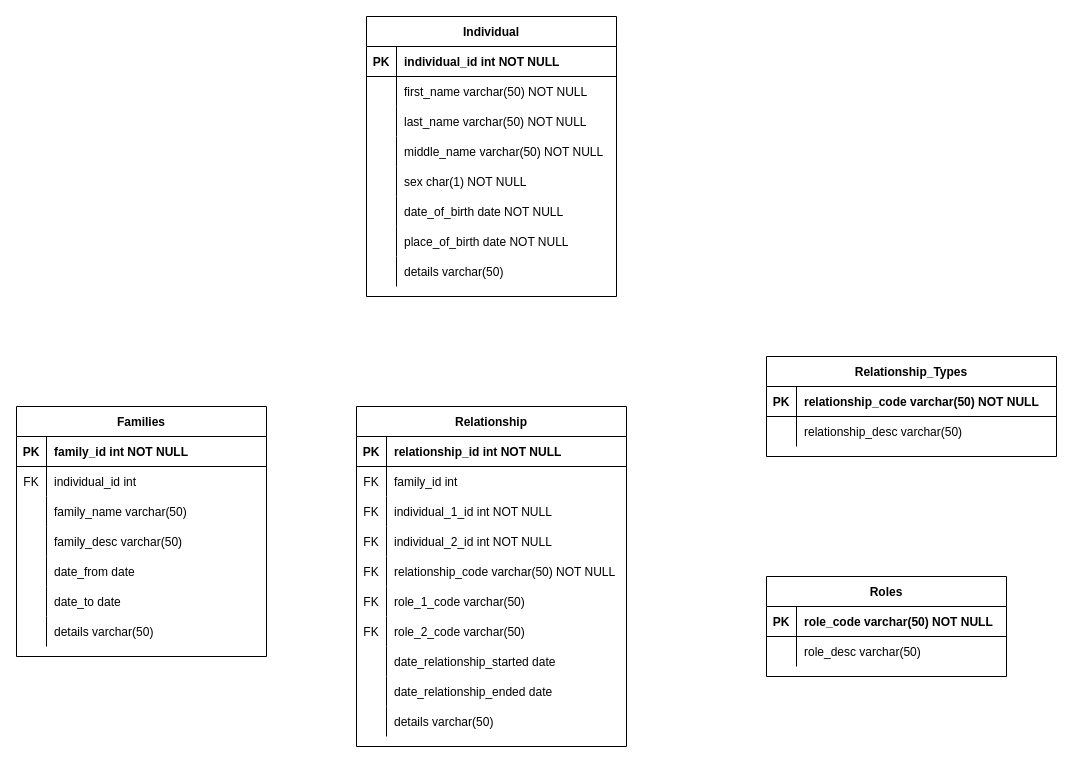
This is Untitled Diagram.drawio from EL0629/InternshipTest, a draw.io file, before an edit. Source tidied: cells renumbered, new cells numbered last; positions are measured from the earlier drawing's top-left corner, leaving out a move shared by most shapes. Both pictures are drawn from the tidied source at 100%, with x=0, y=0 at pixel (16, 16).
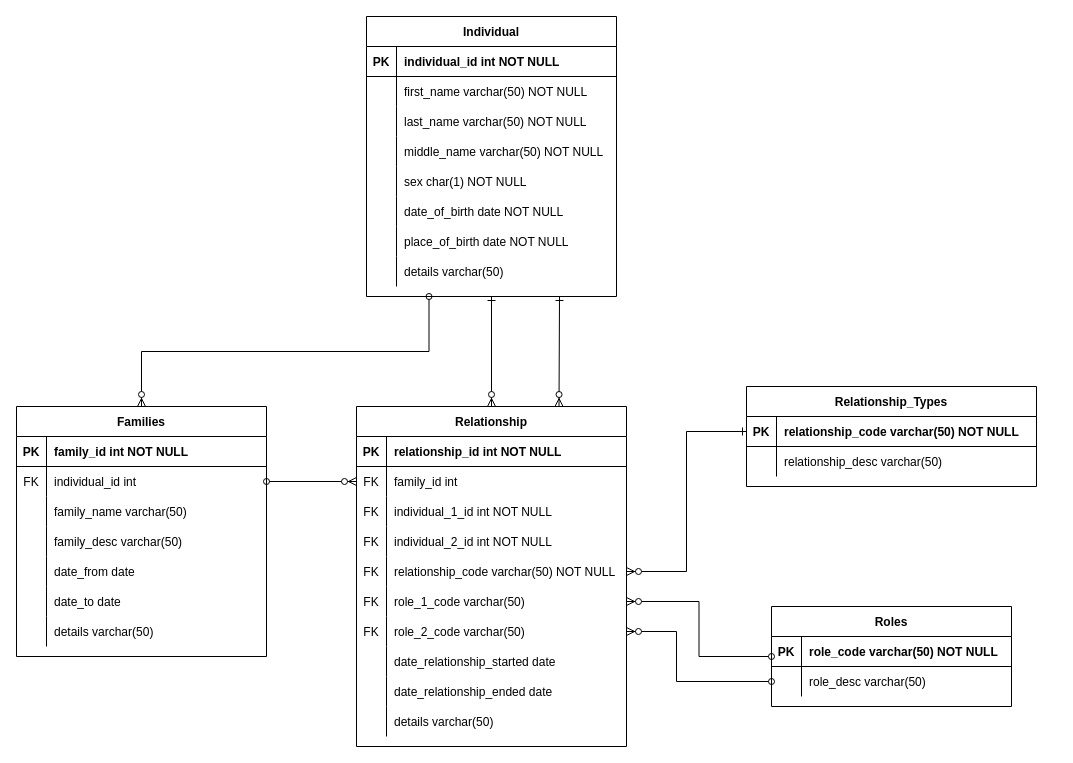
Above is the later version.

Unchanged cells that the change refers to:
```xml
<mxCell id="2" value="Relationship" style="shape=table;startSize=30;childLayout=tableLayout;rowLines=0;fontStyle=1;align=center;" parent="1" vertex="1">
  <mxGeometry x="340" y="390" width="270" height="340" as="geometry" />
</mxCell>
<mxCell id="6" style="shape=partialRectangle;fillColor=none;points=[[0,0.5],[1,0.5]];portConstraint=eastwest;top=0;left=0;right=0;bottom=0;" parent="2" vertex="1">
  <mxGeometry y="60" width="270" height="30" as="geometry" />
</mxCell>
<mxCell id="15" style="shape=partialRectangle;fillColor=none;points=[[0,0.5],[1,0.5]];portConstraint=eastwest;top=0;left=0;right=0;bottom=0;" parent="2" vertex="1">
  <mxGeometry y="150" width="270" height="30" as="geometry" />
</mxCell>
<mxCell id="18" style="shape=partialRectangle;fillColor=none;points=[[0,0.5],[1,0.5]];portConstraint=eastwest;top=0;left=0;right=0;bottom=0;" parent="2" vertex="1">
  <mxGeometry y="180" width="270" height="30" as="geometry" />
</mxCell>
<mxCell id="21" style="shape=partialRectangle;fillColor=none;points=[[0,0.5],[1,0.5]];portConstraint=eastwest;top=0;left=0;right=0;bottom=0;" parent="2" vertex="1">
  <mxGeometry y="210" width="270" height="30" as="geometry" />
</mxCell>
<mxCell id="33" value="Families" style="shape=table;startSize=30;childLayout=tableLayout;rowLines=0;fontStyle=1;align=center;" parent="1" vertex="1">
  <mxGeometry y="390" width="250" height="250" as="geometry" />
</mxCell>
<mxCell id="37" style="shape=partialRectangle;fillColor=none;points=[[0,0.5],[1,0.5]];portConstraint=eastwest;top=0;left=0;right=0;bottom=0;" parent="33" vertex="1">
  <mxGeometry y="60" width="250" height="30" as="geometry" />
</mxCell>
<mxCell id="55" value="Individual" style="shape=table;startSize=30;childLayout=tableLayout;rowLines=0;fontStyle=1;align=center;" parent="1" vertex="1">
  <mxGeometry x="350" width="250" height="280" as="geometry" />
</mxCell>
<mxCell id="81" style="shape=partialRectangle;fillColor=none;points=[[0,0.5],[1,0.5]];portConstraint=eastwest;top=0;left=0;right=0;bottom=1;" parent="80" vertex="1">
  <mxGeometry y="30" width="290" height="30" as="geometry" />
</mxCell>
<mxCell id="91" style="shape=partialRectangle;fillColor=none;points=[[0,0.5],[1,0.5]];portConstraint=eastwest;top=0;left=0;right=0;bottom=0;" parent="87" vertex="1">
  <mxGeometry y="60" width="240" height="30" as="geometry" />
</mxCell>
```

The edit, as a diff of the source:
```diff
@@
+    <mxCell id="94" style="edgeStyle=orthogonalEdgeStyle;rounded=0;jumpSize=6;jettySize=auto;html=1;exitX=0.5;exitY=0;exitDx=0;exitDy=0;entryX=0.25;entryY=1;entryDx=0;entryDy=0;fontSize=29;startArrow=ERzeroToMany;startFill=1;endArrow=oval;endFill=0;strokeWidth=1;verticalAlign=middle;targetPerimeterSpacing=0;jumpStyle=none;" parent="1" edge="1" source="33" target="55">
+      <mxGeometry relative="1" as="geometry" />
+    </mxCell>
@@
+    <mxCell id="95" style="edgeStyle=orthogonalEdgeStyle;rounded=0;jettySize=auto;html=1;exitX=0.5;exitY=1;exitDx=0;exitDy=0;entryX=0.5;entryY=0;entryDx=0;entryDy=0;startArrow=ERone;startFill=0;endArrow=ERzeroToMany;endFill=1;strokeWidth=1;jumpSize=6;" parent="1" edge="1" source="55" target="2">
+      <mxGeometry relative="1" as="geometry" />
+    </mxCell>
+    <mxCell id="96" style="rounded=0;jumpSize=6;jettySize=auto;html=1;startArrow=ERone;startFill=0;endArrow=ERzeroToMany;endFill=1;strokeWidth=1;verticalAlign=middle;entryX=0.75;entryY=0;entryDx=0;entryDy=0;" parent="1" edge="1" target="2">
+      <mxGeometry relative="1" as="geometry">
+        <mxPoint x="543" y="280" as="sourcePoint" />
+      </mxGeometry>
+    </mxCell>
@@
     <mxCell id="80" value="Relationship_Types" style="shape=table;startSize=30;childLayout=tableLayout;rowLines=0;fontStyle=1;align=center;" parent="1" vertex="1">
-      <mxGeometry x="750" y="340" width="290" height="100" as="geometry" />
+      <mxGeometry x="730" y="370" width="290" height="100" as="geometry" />
     </mxCell>
@@
     <mxCell id="87" value="Roles" style="shape=table;startSize=30;childLayout=tableLayout;rowLines=0;fontStyle=1;align=center;" parent="1" vertex="1">
-      <mxGeometry x="750" y="560" width="240" height="100" as="geometry" />
+      <mxGeometry x="755" y="590" width="240" height="100" as="geometry" />
     </mxCell>
@@
+    <mxCell id="97" style="edgeStyle=orthogonalEdgeStyle;rounded=0;jumpSize=6;jettySize=auto;html=1;exitX=0;exitY=0.5;exitDx=0;exitDy=0;entryX=1;entryY=0.5;entryDx=0;entryDy=0;fontSize=29;startArrow=ERone;startFill=0;endArrow=ERzeroToMany;endFill=1;strokeWidth=1;verticalAlign=middle;" parent="1" edge="1" source="81" target="15">
+      <mxGeometry relative="1" as="geometry" />
+    </mxCell>
+    <mxCell id="98" style="edgeStyle=orthogonalEdgeStyle;rounded=0;jumpSize=6;jettySize=auto;html=1;exitX=1;exitY=0.5;exitDx=0;exitDy=0;entryX=0;entryY=0.5;entryDx=0;entryDy=0;fontSize=29;startArrow=ERzeroToMany;startFill=1;endArrow=oval;endFill=0;strokeWidth=1;verticalAlign=middle;" parent="1" edge="1" source="18" target="87">
+      <mxGeometry relative="1" as="geometry" />
+    </mxCell>
+    <mxCell id="99" style="edgeStyle=orthogonalEdgeStyle;rounded=0;jumpSize=6;jettySize=auto;html=1;exitX=1;exitY=0.5;exitDx=0;exitDy=0;entryX=0;entryY=0.5;entryDx=0;entryDy=0;fontSize=29;startArrow=ERzeroToMany;startFill=1;endArrow=oval;endFill=0;strokeWidth=1;verticalAlign=middle;" parent="1" edge="1" source="21" target="91">
+      <mxGeometry relative="1" as="geometry">
+        <Array as="points">
+          <mxPoint x="660" y="615" />
+          <mxPoint x="660" y="665" />
+        </Array>
+      </mxGeometry>
+    </mxCell>
+    <mxCell id="100" style="edgeStyle=orthogonalEdgeStyle;rounded=0;jumpStyle=none;jumpSize=6;jettySize=auto;html=1;exitX=0;exitY=0.5;exitDx=0;exitDy=0;entryX=1;entryY=0.5;entryDx=0;entryDy=0;fontSize=29;startArrow=ERzeroToMany;startFill=1;endArrow=oval;endFill=0;targetPerimeterSpacing=0;strokeWidth=1;verticalAlign=middle;" parent="1" edge="1" source="6" target="37">
+      <mxGeometry relative="1" as="geometry" />
+    </mxCell>
```
